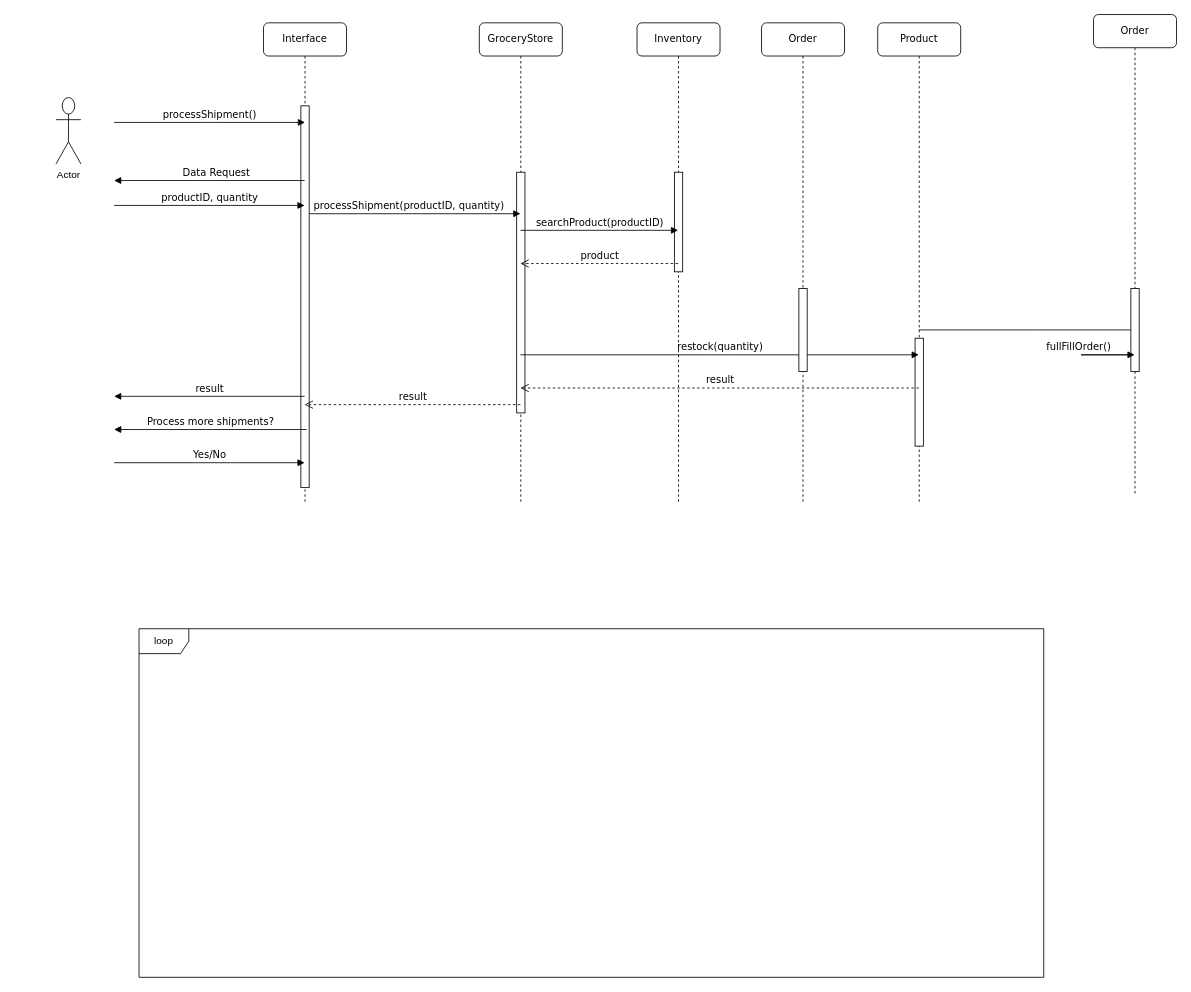
Before: Class Diagrams/Sequences/Process Shipment Sequence Diagram.drawio in qaalib101/ICS372GroupProject1, a draw.io diagram. Source tidied: cells renumbered, new cells numbered last; positions are measured from the earlier drawing's top-left corner, leaving out a move shared by most shapes. Both pictures are drawn from the tidied source at 83%, with x=0, y=0 at pixel (56, 14).
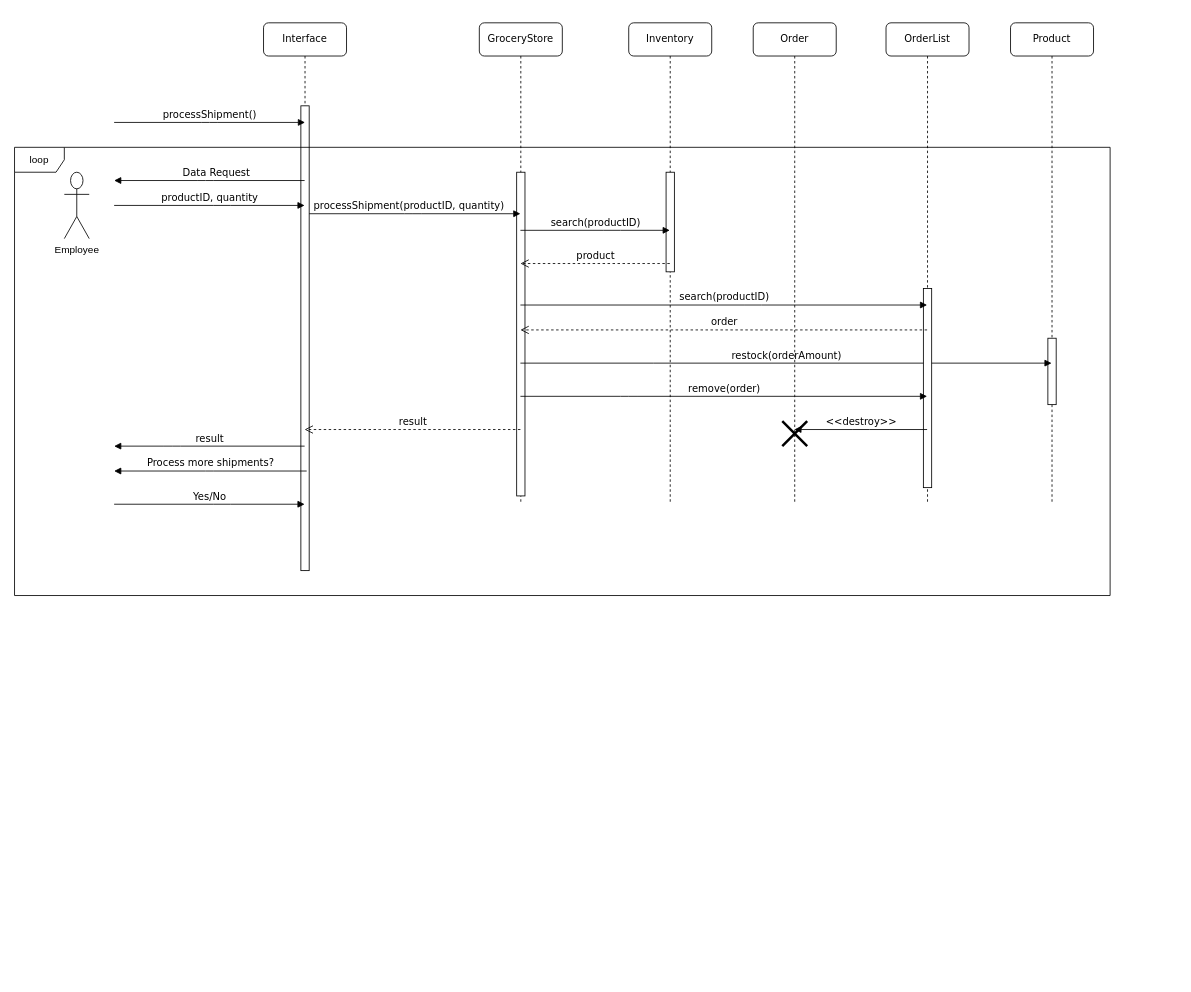
Above is the later version.

Unchanged cells that the change refers to:
```xml
<mxCell id="2" value="GroceryStore" style="shape=umlLifeline;perimeter=lifelinePerimeter;whiteSpace=wrap;html=1;outlineConnect=0;rounded=1;shadow=0;comic=0;labelBackgroundColor=none;strokeWidth=1;fontFamily=Verdana;fontSize=12;align=center;" parent="1" vertex="1">
  <mxGeometry x="510" y="10" width="100" height="580" as="geometry" />
</mxCell>
```

What changed in the source:
```diff
@@
     <mxCell id="3" style="html=1;perimeter=orthogonalPerimeter;rounded=0;shadow=0;comic=0;labelBackgroundColor=none;strokeWidth=1;fontFamily=Verdana;fontSize=12;align=center;" parent="2" vertex="1">
-      <mxGeometry x="45" y="180" width="10" height="290" as="geometry" />
+      <mxGeometry x="45" y="180" width="10" height="390" as="geometry" />
     </mxCell>
     <mxCell id="4" value="Product" style="shape=umlLifeline;perimeter=lifelinePerimeter;whiteSpace=wrap;html=1;outlineConnect=0;rounded=1;shadow=0;comic=0;labelBackgroundColor=none;strokeWidth=1;fontFamily=Verdana;fontSize=12;align=center;" parent="1" vertex="1">
-      <mxGeometry x="990" y="10" width="100" height="580" as="geometry" />
+      <mxGeometry x="1150" y="10" width="100" height="580" as="geometry" />
     </mxCell>
     <mxCell id="5" style="html=1;perimeter=orthogonalPerimeter;rounded=0;shadow=0;comic=0;labelBackgroundColor=none;strokeWidth=1;fontFamily=Verdana;fontSize=12;align=center;" parent="4" vertex="1">
-      <mxGeometry x="45" y="380" width="10" height="130" as="geometry" />
+      <mxGeometry x="45" y="380" width="10" height="80" as="geometry" />
     </mxCell>
     <mxCell id="6" value="Inventory" style="shape=umlLifeline;perimeter=lifelinePerimeter;whiteSpace=wrap;html=1;outlineConnect=0;rounded=1;shadow=0;comic=0;labelBackgroundColor=none;strokeWidth=1;fontFamily=Verdana;fontSize=12;align=center;" parent="1" vertex="1">
-      <mxGeometry x="700" y="10" width="100" height="580" as="geometry" />
+      <mxGeometry x="690" y="10" width="100" height="580" as="geometry" />
     </mxCell>
@@
     <mxCell id="8" value="Interface" style="shape=umlLifeline;perimeter=lifelinePerimeter;whiteSpace=wrap;html=1;outlineConnect=0;rounded=1;shadow=0;comic=0;labelBackgroundColor=none;strokeWidth=1;fontFamily=Verdana;fontSize=12;align=center;" parent="1" vertex="1">
-      <mxGeometry x="250" y="10" width="100" height="580" as="geometry" />
+      <mxGeometry x="250" y="10" width="100" height="660" as="geometry" />
     </mxCell>
     <mxCell id="9" style="html=1;points=[];perimeter=orthogonalPerimeter;rounded=0;shadow=0;comic=0;labelBackgroundColor=none;strokeWidth=1;fontFamily=Verdana;fontSize=12;align=center;" parent="8" vertex="1">
-      <mxGeometry x="45" y="100" width="10" height="460" as="geometry" />
+      <mxGeometry x="45" y="100" width="10" height="560" as="geometry" />
     </mxCell>
@@
-    <mxCell id="12" value="searchProduct(productID)" style="html=1;verticalAlign=bottom;endArrow=block;labelBackgroundColor=none;fontFamily=Verdana;fontSize=12;edgeStyle=elbowEdgeStyle;elbow=vertical;" parent="1" edge="1" source="2" target="6">
+    <mxCell id="12" value="search(productID)" style="html=1;verticalAlign=bottom;endArrow=block;labelBackgroundColor=none;fontFamily=Verdana;fontSize=12;edgeStyle=elbowEdgeStyle;elbow=vertical;" parent="1" edge="1" source="2" target="6">
       <mxGeometry relative="1" as="geometry">
         <Array as="points">
           <mxPoint x="670" y="260" />
           <mxPoint x="630" y="240" />
           <mxPoint x="715" y="290" />
           <mxPoint x="610" y="240" />
           <mxPoint x="660" y="250" />
           <mxPoint x="600" y="210" />
           <mxPoint x="670" y="180" />
         </Array>
       </mxGeometry>
     </mxCell>
-    <mxCell id="13" value="Actor" style="shape=umlActor;verticalLabelPosition=bottom;verticalAlign=top;html=1;" parent="1" vertex="1">
-      <mxGeometry y="100" width="30" height="80" as="geometry" />
+    <mxCell id="13" value="Employee" style="shape=umlActor;verticalLabelPosition=bottom;verticalAlign=top;html=1;" parent="1" vertex="1">
+      <mxGeometry x="10" y="190" width="30" height="80" as="geometry" />
     </mxCell>
@@
-    <mxCell id="15" value="restock(quantity)" style="html=1;verticalAlign=bottom;endArrow=block;labelBackgroundColor=none;fontFamily=Verdana;fontSize=12;edgeStyle=elbowEdgeStyle;elbow=vertical;" parent="1" edge="1" source="2" target="4">
+    <mxCell id="15" value="restock(orderAmount)" style="html=1;verticalAlign=bottom;endArrow=block;labelBackgroundColor=none;fontFamily=Verdana;fontSize=12;edgeStyle=elbowEdgeStyle;elbow=vertical;" parent="1" edge="1" source="2" target="4">
       <mxGeometry relative="1" as="geometry">
         <Array as="points">
+          <mxPoint x="730" y="420" />
+          <mxPoint x="700" y="440" />
+          <mxPoint x="850" y="450" />
           <mxPoint x="800" y="410" />
           <mxPoint x="650" y="380" />
           <mxPoint x="790" y="350" />
           <mxPoint x="620" y="330" />
           <mxPoint x="640" y="400" />
           <mxPoint x="680" y="330" />
           <mxPoint x="600" y="350" />
           <mxPoint x="650" y="350" />
           <mxPoint x="640" y="370" />
           <mxPoint x="660" y="320" />
           <mxPoint x="695" y="350" />
           <mxPoint x="780" y="400" />
           <mxPoint x="675" y="350" />
           <mxPoint x="725" y="360" />
           <mxPoint x="665" y="320" />
           <mxPoint x="735" y="290" />
         </Array>
       </mxGeometry>
     </mxCell>
     <mxCell id="16" value="result" style="html=1;verticalAlign=bottom;endArrow=open;dashed=1;endSize=8;labelBackgroundColor=none;fontFamily=Verdana;fontSize=12;edgeStyle=elbowEdgeStyle;elbow=vertical;" parent="1" edge="1" source="2" target="8">
       <mxGeometry relative="1" as="geometry">
         <Array as="points">
+          <mxPoint x="400" y="500" />
           <mxPoint x="450" y="470" />
           <mxPoint x="470" y="430" />
           <mxPoint x="380" y="410" />
           <mxPoint x="460" y="400" />
           <mxPoint x="390" y="430" />
           <mxPoint x="450" y="480" />
           <mxPoint x="400" y="450" />
           <mxPoint x="390" y="410" />
           <mxPoint x="430" y="350" />
           <mxPoint x="351" y="400" />
           <mxPoint x="245.5" y="380" />
           <mxPoint x="275.5" y="380" />
         </Array>
       </mxGeometry>
     </mxCell>
     <mxCell id="17" value="Order" style="shape=umlLifeline;perimeter=lifelinePerimeter;whiteSpace=wrap;html=1;outlineConnect=0;rounded=1;shadow=0;comic=0;labelBackgroundColor=none;strokeWidth=1;fontFamily=Verdana;fontSize=12;align=center;" parent="1" vertex="1">
-      <mxGeometry x="1250" width="100" height="580" as="geometry" />
+      <mxGeometry x="840" y="10" width="100" height="580" as="geometry" />
     </mxCell>
-    <mxCell id="18" style="html=1;points=[];perimeter=orthogonalPerimeter;rounded=0;shadow=0;comic=0;labelBackgroundColor=none;strokeWidth=1;fontFamily=Verdana;fontSize=12;align=center;" parent="17" vertex="1">
-      <mxGeometry x="45" y="330" width="10" height="100" as="geometry" />
-    </mxCell>
-    <mxCell id="19" value="fullFillOrder()" style="html=1;verticalAlign=bottom;endArrow=block;labelBackgroundColor=none;fontFamily=Verdana;fontSize=12;edgeStyle=elbowEdgeStyle;elbow=vertical;startArrow=none;" parent="17" edge="1" source="18" target="17">
-      <mxGeometry relative="1" as="geometry">
-        <Array as="points">
-          <mxPoint x="-20" y="410" />
-          <mxPoint x="-10" y="370" />
-          <mxPoint x="-30" y="350" />
-          <mxPoint x="-30" y="340" />
-          <mxPoint x="-20" y="350" />
-          <mxPoint x="-20" y="350" />
-          <mxPoint x="-20" y="350" />
-          <mxPoint x="-20" y="360" />
-          <mxPoint x="-20" y="350" />
-          <mxPoint x="-50" y="180" />
-          <mxPoint x="-180" y="360" />
-          <mxPoint x="-130" y="390" />
-          <mxPoint x="-164" y="380" />
-          <mxPoint x="-164.5" y="430" />
-          <mxPoint x="-194.5" y="440" />
-          <mxPoint x="-84.5" y="460" />
-          <mxPoint x="-74.5" y="470" />
-          <mxPoint x="-54" y="430" />
-          <mxPoint x="-64" y="380" />
-          <mxPoint x="-44" y="330" />
-          <mxPoint x="-9" y="360" />
-          <mxPoint x="76" y="410" />
-          <mxPoint x="-29" y="360" />
-          <mxPoint x="21" y="370" />
-          <mxPoint x="-39" y="330" />
-          <mxPoint x="31" y="300" />
-        </Array>
-      </mxGeometry>
-    </mxCell>
-    <mxCell id="20" value="result" style="html=1;verticalAlign=bottom;endArrow=open;dashed=1;endSize=8;labelBackgroundColor=none;fontFamily=Verdana;fontSize=12;edgeStyle=elbowEdgeStyle;elbow=vertical;" parent="1" edge="1" source="4" target="2">
-      <mxGeometry relative="1" as="geometry">
-        <Array as="points">
-          <mxPoint x="660" y="450" />
-          <mxPoint x="750" y="410" />
-          <mxPoint x="780" y="390" />
-          <mxPoint x="680" y="380" />
-          <mxPoint x="660" y="370" />
-          <mxPoint x="750" y="380" />
-          <mxPoint x="690" y="400" />
-          <mxPoint x="660" y="440" />
-          <mxPoint x="640" y="420" />
-          <mxPoint x="490.5" y="420" />
-          <mxPoint x="440.5" y="390" />
-          <mxPoint x="430.5" y="350" />
-          <mxPoint x="470.5" y="290" />
-          <mxPoint x="391.5" y="340" />
-          <mxPoint x="286" y="320" />
-          <mxPoint x="316" y="320" />
-        </Array>
-      </mxGeometry>
-    </mxCell>
+    <mxCell id="30" style="shape=umlDestroy;whiteSpace=wrap;html=1;strokeWidth=3;" parent="17" vertex="1">
+      <mxGeometry x="35" y="480" width="30" height="30" as="geometry" />
+    </mxCell>
     <mxCell id="21" value="loop" style="shape=umlFrame;whiteSpace=wrap;html=1;" parent="1" vertex="1">
-      <mxGeometry x="100" y="740" width="1090" height="420" as="geometry" />
+      <mxGeometry x="-50" y="160" width="1320" height="540" as="geometry" />
     </mxCell>
@@
     <mxCell id="23" value="result" style="html=1;verticalAlign=bottom;endArrow=block;labelBackgroundColor=none;fontFamily=Verdana;fontSize=12;edgeStyle=elbowEdgeStyle;elbow=vertical;startArrow=none;" parent="1" edge="1" source="8">
       <mxGeometry relative="1" as="geometry">
-        <mxPoint x="70" y="460" as="targetPoint" />
+        <mxPoint x="70" y="520" as="targetPoint" />
         <Array as="points">
+          <mxPoint x="140" y="520" />
+          <mxPoint x="190" y="460" />
           <mxPoint x="210" y="460" />
         </Array>
       </mxGeometry>
     </mxCell>
     <mxCell id="24" value="Yes/No" style="html=1;verticalAlign=bottom;endArrow=block;labelBackgroundColor=none;fontFamily=Verdana;fontSize=12;edgeStyle=elbowEdgeStyle;elbow=vertical;startArrow=none;" parent="1" edge="1" target="8">
       <mxGeometry relative="1" as="geometry">
-        <mxPoint x="70" y="540" as="sourcePoint" />
+        <mxPoint x="70" y="590" as="sourcePoint" />
         <Array as="points">
+          <mxPoint x="200" y="590" />
           <mxPoint x="220" y="540" />
           <mxPoint x="210" y="510" />
           <mxPoint x="240" y="520" />
         </Array>
       </mxGeometry>
     </mxCell>
     <mxCell id="25" value="Process more shipments?" style="html=1;verticalAlign=bottom;endArrow=block;labelBackgroundColor=none;fontFamily=Verdana;fontSize=12;edgeStyle=elbowEdgeStyle;elbow=vertical;startArrow=none;" parent="1" edge="1">
       <mxGeometry relative="1" as="geometry">
-        <mxPoint x="302" y="500" as="sourcePoint" />
-        <mxPoint x="70" y="500" as="targetPoint" />
+        <mxPoint x="302" y="550" as="sourcePoint" />
+        <mxPoint x="70" y="550" as="targetPoint" />
         <Array as="points">
-          <mxPoint x="190" y="500" />
+          <mxPoint x="190" y="550" />
         </Array>
       </mxGeometry>
     </mxCell>
@@
-    <mxCell id="27" value="Order" style="shape=umlLifeline;perimeter=lifelinePerimeter;whiteSpace=wrap;html=1;outlineConnect=0;rounded=1;shadow=0;comic=0;labelBackgroundColor=none;strokeWidth=1;fontFamily=Verdana;fontSize=12;align=center;" parent="1" vertex="1">
-      <mxGeometry x="850" y="10" width="100" height="580" as="geometry" />
+    <mxCell id="27" value="OrderList" style="shape=umlLifeline;perimeter=lifelinePerimeter;whiteSpace=wrap;html=1;outlineConnect=0;rounded=1;shadow=0;comic=0;labelBackgroundColor=none;strokeWidth=1;fontFamily=Verdana;fontSize=12;align=center;" parent="1" vertex="1">
+      <mxGeometry x="1000" y="10" width="100" height="580" as="geometry" />
     </mxCell>
     <mxCell id="28" style="html=1;perimeter=orthogonalPerimeter;rounded=0;shadow=0;comic=0;labelBackgroundColor=none;strokeWidth=1;fontFamily=Verdana;fontSize=12;align=center;" parent="27" vertex="1">
-      <mxGeometry x="45" y="320" width="10" height="100" as="geometry" />
+      <mxGeometry x="45" y="320" width="10" height="240" as="geometry" />
     </mxCell>
-    <mxCell id="29" style="html=1;verticalAlign=bottom;endArrow=none;labelBackgroundColor=none;fontFamily=Verdana;fontSize=12;edgeStyle=elbowEdgeStyle;elbow=vertical;" parent="1" edge="1" source="4" target="18">
-      <mxGeometry relative="1" as="geometry" />
-    </mxCell>
+    <mxCell id="31" value="search(productID)" style="html=1;verticalAlign=bottom;endArrow=block;labelBackgroundColor=none;fontFamily=Verdana;fontSize=12;edgeStyle=elbowEdgeStyle;elbow=vertical;" parent="1" edge="1" source="2" target="27">
+      <mxGeometry relative="1" as="geometry">
+        <Array as="points">
+          <mxPoint x="840" y="350" />
+          <mxPoint x="545.5" y="370" />
+          <mxPoint x="395.5" y="340" />
+          <mxPoint x="535.5" y="310" />
+          <mxPoint x="365.5" y="290" />
+          <mxPoint x="385.5" y="360" />
+          <mxPoint x="425.5" y="290" />
+          <mxPoint x="345.5" y="310" />
+          <mxPoint x="395.5" y="310" />
+          <mxPoint x="385.5" y="330" />
+          <mxPoint x="405.5" y="280" />
+          <mxPoint x="440.5" y="310" />
+          <mxPoint x="525.5" y="360" />
+          <mxPoint x="420.5" y="310" />
+          <mxPoint x="470.5" y="320" />
+          <mxPoint x="410.5" y="280" />
+          <mxPoint x="480.5" y="250" />
+        </Array>
+      </mxGeometry>
+    </mxCell>
+    <mxCell id="32" value="order" style="html=1;verticalAlign=bottom;endArrow=open;dashed=1;endSize=8;labelBackgroundColor=none;fontFamily=Verdana;fontSize=12;edgeStyle=elbowEdgeStyle;elbow=vertical;" parent="1" edge="1" source="27" target="2">
+      <mxGeometry relative="1" as="geometry">
+        <Array as="points">
+          <mxPoint x="710" y="380" />
+          <mxPoint x="700" y="370" />
+          <mxPoint x="470" y="400" />
+          <mxPoint x="400.5" y="370" />
+          <mxPoint x="490.5" y="330" />
+          <mxPoint x="520.5" y="310" />
+          <mxPoint x="420.5" y="300" />
+          <mxPoint x="400.5" y="290" />
+          <mxPoint x="490.5" y="300" />
+          <mxPoint x="430.5" y="320" />
+          <mxPoint x="400.5" y="360" />
+          <mxPoint x="380.5" y="340" />
+          <mxPoint x="231" y="340" />
+          <mxPoint x="181" y="310" />
+          <mxPoint x="171" y="270" />
+          <mxPoint x="211" y="210" />
+          <mxPoint x="132" y="260" />
+          <mxPoint x="26.5" y="240" />
+          <mxPoint x="56.5" y="240" />
+        </Array>
+      </mxGeometry>
+    </mxCell>
+    <mxCell id="33" value="remove(order)" style="html=1;verticalAlign=bottom;endArrow=block;labelBackgroundColor=none;fontFamily=Verdana;fontSize=12;edgeStyle=elbowEdgeStyle;elbow=vertical;" parent="1" edge="1" source="2" target="27">
+      <mxGeometry relative="1" as="geometry">
+        <Array as="points">
+          <mxPoint x="690" y="460" />
+          <mxPoint x="845.5" y="460" />
+          <mxPoint x="551" y="480" />
+          <mxPoint x="401" y="450" />
+          <mxPoint x="541" y="420" />
+          <mxPoint x="371" y="400" />
+          <mxPoint x="391" y="470" />
+          <mxPoint x="431" y="400" />
+          <mxPoint x="351" y="420" />
+          <mxPoint x="401" y="420" />
+          <mxPoint x="391" y="440" />
+          <mxPoint x="411" y="390" />
+          <mxPoint x="446" y="420" />
+          <mxPoint x="531" y="470" />
+          <mxPoint x="426" y="420" />
+          <mxPoint x="476" y="430" />
+          <mxPoint x="416" y="390" />
+          <mxPoint x="486" y="360" />
+        </Array>
+      </mxGeometry>
+    </mxCell>
+    <mxCell id="34" value="&amp;lt;&amp;lt;destroy&amp;gt;&amp;gt;" style="html=1;verticalAlign=bottom;endArrow=block;labelBackgroundColor=none;fontFamily=Verdana;fontSize=12;edgeStyle=elbowEdgeStyle;elbow=vertical;startArrow=none;" parent="1" edge="1" source="27" target="17">
+      <mxGeometry relative="1" as="geometry">
+        <Array as="points">
+          <mxPoint x="970" y="500" />
+          <mxPoint x="930" y="540" />
+          <mxPoint x="990" y="500" />
+          <mxPoint x="950" y="570" />
+          <mxPoint x="990" y="500" />
+          <mxPoint x="950" y="530" />
+          <mxPoint x="940" y="530" />
+          <mxPoint x="1015.2" y="510" />
+          <mxPoint x="985.2" y="500" />
+          <mxPoint x="995.2" y="530" />
+          <mxPoint x="975.2" y="580" />
+        </Array>
+      </mxGeometry>
+    </mxCell>
```
